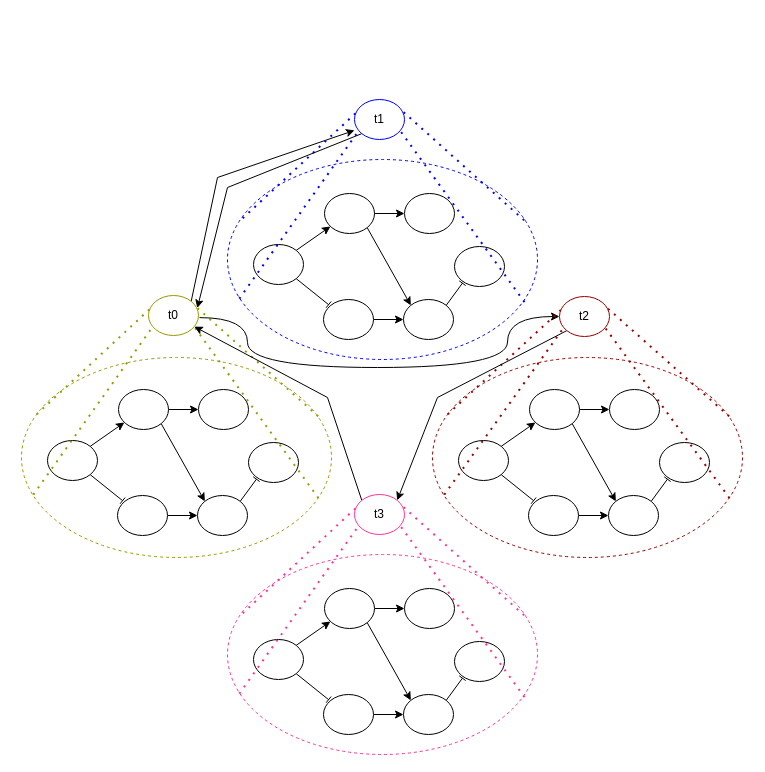
Before: docs/MAS1.drawio in josura/c2c-sepia, a draw.io diagram. Source tidied: cells renumbered, new cells numbered last; positions are measured from the earlier drawing's top-left corner, leaving out a move shared by most shapes. Both pictures are drawn from the tidied source at 100%, with x=0, y=0 at pixel (21, 99).
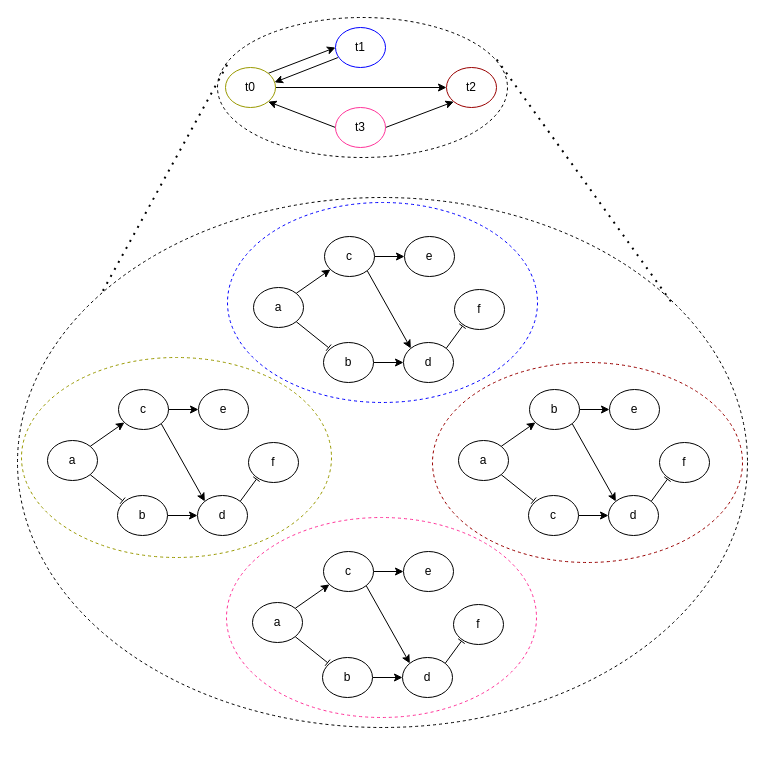
Above is the later version.

Unchanged cells that the change refers to:
```xml
<mxCell id="2" style="ellipse;whiteSpace=wrap;html=1;dashed=1;fillColor=none;strokeColor=#999900;" parent="1" vertex="1">
  <mxGeometry y="258" width="310" height="200" as="geometry" />
</mxCell>
```

Diff of the diagram source:
```diff
@@
+    <mxCell id="79" style="ellipse;whiteSpace=wrap;html=1;dashed=1;fillColor=none;strokeColor=#000000;" parent="1" vertex="1">
+      <mxGeometry x="-4" y="98" width="730" height="530" as="geometry" />
+    </mxCell>
@@
-    <mxCell id="5" style="ellipse;whiteSpace=wrap;html=1;" parent="1" vertex="1">
+    <mxCell id="5" value="a" style="ellipse;whiteSpace=wrap;html=1;" parent="1" vertex="1">
       <mxGeometry x="26" y="341" width="50" height="40" as="geometry" />
     </mxCell>
@@
-    <mxCell id="8" style="ellipse;whiteSpace=wrap;html=1;" parent="1" vertex="1">
+    <mxCell id="8" value="c" style="ellipse;whiteSpace=wrap;html=1;" parent="1" vertex="1">
       <mxGeometry x="97" y="290" width="50" height="40" as="geometry" />
     </mxCell>
@@
-    <mxCell id="10" style="ellipse;whiteSpace=wrap;html=1;" parent="1" vertex="1">
+    <mxCell id="10" value="b" style="ellipse;whiteSpace=wrap;html=1;" parent="1" vertex="1">
       <mxGeometry x="96" y="396" width="50" height="40" as="geometry" />
     </mxCell>
@@
-    <mxCell id="12" style="ellipse;whiteSpace=wrap;html=1;" parent="1" vertex="1">
+    <mxCell id="12" value="d" style="ellipse;whiteSpace=wrap;html=1;" parent="1" vertex="1">
       <mxGeometry x="176" y="396" width="50" height="40" as="geometry" />
     </mxCell>
-    <mxCell id="13" style="ellipse;whiteSpace=wrap;html=1;" parent="1" vertex="1">
+    <mxCell id="13" value="e" style="ellipse;whiteSpace=wrap;html=1;" parent="1" vertex="1">
       <mxGeometry x="177" y="290" width="50" height="40" as="geometry" />
     </mxCell>
-    <mxCell id="14" style="ellipse;whiteSpace=wrap;html=1;" parent="1" vertex="1">
+    <mxCell id="14" value="f" style="ellipse;whiteSpace=wrap;html=1;" parent="1" vertex="1">
       <mxGeometry x="227" y="343" width="50" height="40" as="geometry" />
     </mxCell>
-    <mxCell id="15" style="endArrow=none;dashed=1;html=1;dashPattern=1 3;strokeWidth=2;rounded=0;exitX=0.038;exitY=0.686;exitDx=0;exitDy=0;exitPerimeter=0;entryX=0.078;entryY=0.791;entryDx=0;entryDy=0;entryPerimeter=0;strokeColor=#999900;" parent="1" edge="1" source="2" target="20">
-      <mxGeometry relative="1" as="geometry" />
-    </mxCell>
-    <mxCell id="16" style="endArrow=none;dashed=1;html=1;dashPattern=1 3;strokeWidth=2;rounded=0;exitX=0.957;exitY=0.294;exitDx=0;exitDy=0;exitPerimeter=0;entryX=0.965;entryY=0.298;entryDx=0;entryDy=0;entryPerimeter=0;strokeColor=#999900;" parent="1" edge="1" source="2" target="20">
-      <mxGeometry relative="1" as="geometry" />
-    </mxCell>
-    <mxCell id="17" style="endArrow=none;dashed=1;html=1;dashPattern=1 3;strokeWidth=2;rounded=0;exitX=0.049;exitY=0.284;exitDx=0;exitDy=0;exitPerimeter=0;entryX=0.053;entryY=0.307;entryDx=0;entryDy=0;entryPerimeter=0;strokeColor=#999900;" parent="1" edge="1" source="2" target="20">
-      <mxGeometry relative="1" as="geometry" />
-    </mxCell>
-    <mxCell id="18" style="edgeStyle=none;rounded=0;jettySize=auto;html=1;exitX=1;exitY=0;exitDx=0;exitDy=0;entryX=0;entryY=0.771;entryDx=0;entryDy=0;entryPerimeter=0;" parent="1" edge="1" source="20" target="58">
-      <mxGeometry relative="1" as="geometry">
-        <Array as="points">
-          <mxPoint x="196" y="78" />
-        </Array>
-      </mxGeometry>
+    <mxCell id="18" style="edgeStyle=none;rounded=0;jettySize=auto;html=1;exitX=1;exitY=0;exitDx=0;exitDy=0;entryX=0;entryY=0.5;entryDx=0;entryDy=0;" parent="1" edge="1" source="20" target="58">
+      <mxGeometry relative="1" as="geometry" />
     </mxCell>
-    <mxCell id="19" style="edgeStyle=orthogonalEdgeStyle;rounded=0;jettySize=auto;html=1;exitX=1.021;exitY=0.553;exitDx=0;exitDy=0;curved=1;entryX=0;entryY=0.5;entryDx=0;entryDy=0;exitPerimeter=0;" parent="1" edge="1" source="20" target="39">
-      <mxGeometry relative="1" as="geometry">
-        <Array as="points">
-          <mxPoint x="226" y="218" />
-          <mxPoint x="226" y="268" />
-          <mxPoint x="486" y="268" />
-          <mxPoint x="486" y="217" />
-        </Array>
-      </mxGeometry>
+    <mxCell id="19" style="edgeStyle=none;rounded=0;jettySize=auto;html=1;exitX=1;exitY=0.5;exitDx=0;exitDy=0;entryX=0;entryY=0.5;entryDx=0;entryDy=0;" parent="1" edge="1" source="20" target="39">
+      <mxGeometry relative="1" as="geometry" />
     </mxCell>
     <mxCell id="20" value="t0" style="ellipse;whiteSpace=wrap;html=1;strokeColor=#999900;" parent="1" vertex="1">
-      <mxGeometry x="127" y="196" width="50" height="40" as="geometry" />
+      <mxGeometry x="204" y="-32" width="50" height="40" as="geometry" />
     </mxCell>
-    <mxCell id="21" style="endArrow=none;dashed=1;html=1;dashPattern=1 3;strokeWidth=2;rounded=0;exitX=0.958;exitY=0.703;exitDx=0;exitDy=0;exitPerimeter=0;entryX=0.916;entryY=0.786;entryDx=0;entryDy=0;entryPerimeter=0;strokeColor=#999900;" parent="1" edge="1" source="2" target="20">
-      <mxGeometry relative="1" as="geometry" />
-    </mxCell>
     <mxCell id="22" style="ellipse;whiteSpace=wrap;html=1;dashed=1;fillColor=none;strokeColor=#990000;" parent="1" vertex="1">
-      <mxGeometry x="411" y="258" width="310" height="200" as="geometry" />
+      <mxGeometry x="411" y="263" width="310" height="200" as="geometry" />
     </mxCell>
@@
-    <mxCell id="25" style="ellipse;whiteSpace=wrap;html=1;" parent="1" vertex="1">
+    <mxCell id="25" value="a" style="ellipse;whiteSpace=wrap;html=1;" parent="1" vertex="1">
       <mxGeometry x="437" y="341" width="50" height="40" as="geometry" />
     </mxCell>
@@
-    <mxCell id="28" style="ellipse;whiteSpace=wrap;html=1;" parent="1" vertex="1">
+    <mxCell id="28" value="b" style="ellipse;whiteSpace=wrap;html=1;" parent="1" vertex="1">
       <mxGeometry x="508" y="290" width="50" height="40" as="geometry" />
     </mxCell>
@@
-    <mxCell id="30" style="ellipse;whiteSpace=wrap;html=1;" parent="1" vertex="1">
+    <mxCell id="30" value="c" style="ellipse;whiteSpace=wrap;html=1;" parent="1" vertex="1">
       <mxGeometry x="507" y="396" width="50" height="40" as="geometry" />
     </mxCell>
@@
-    <mxCell id="32" style="ellipse;whiteSpace=wrap;html=1;" parent="1" vertex="1">
+    <mxCell id="32" value="d" style="ellipse;whiteSpace=wrap;html=1;" parent="1" vertex="1">
       <mxGeometry x="587" y="396" width="50" height="40" as="geometry" />
     </mxCell>
-    <mxCell id="33" style="ellipse;whiteSpace=wrap;html=1;" parent="1" vertex="1">
+    <mxCell id="33" value="e" style="ellipse;whiteSpace=wrap;html=1;" parent="1" vertex="1">
       <mxGeometry x="588" y="290" width="50" height="40" as="geometry" />
     </mxCell>
-    <mxCell id="34" style="ellipse;whiteSpace=wrap;html=1;" parent="1" vertex="1">
+    <mxCell id="34" value="f" style="ellipse;whiteSpace=wrap;html=1;" parent="1" vertex="1">
       <mxGeometry x="638" y="343" width="50" height="40" as="geometry" />
     </mxCell>
-    <mxCell id="35" style="endArrow=none;dashed=1;html=1;dashPattern=1 3;strokeWidth=2;rounded=0;exitX=0.038;exitY=0.686;exitDx=0;exitDy=0;exitPerimeter=0;entryX=0.078;entryY=0.791;entryDx=0;entryDy=0;entryPerimeter=0;strokeColor=#990000;" parent="1" edge="1" source="22" target="39">
-      <mxGeometry relative="1" as="geometry" />
-    </mxCell>
-    <mxCell id="36" style="endArrow=none;dashed=1;html=1;dashPattern=1 3;strokeWidth=2;rounded=0;exitX=0.957;exitY=0.294;exitDx=0;exitDy=0;exitPerimeter=0;entryX=0.965;entryY=0.298;entryDx=0;entryDy=0;entryPerimeter=0;strokeColor=#990000;" parent="1" edge="1" source="22" target="39">
-      <mxGeometry relative="1" as="geometry" />
-    </mxCell>
-    <mxCell id="37" style="endArrow=none;dashed=1;html=1;dashPattern=1 3;strokeWidth=2;rounded=0;exitX=0.049;exitY=0.284;exitDx=0;exitDy=0;exitPerimeter=0;entryX=0.053;entryY=0.307;entryDx=0;entryDy=0;entryPerimeter=0;strokeColor=#990000;" parent="1" edge="1" source="22" target="39">
-      <mxGeometry relative="1" as="geometry" />
-    </mxCell>
-    <mxCell id="38" style="edgeStyle=none;rounded=0;jettySize=auto;html=1;exitX=0;exitY=1;exitDx=0;exitDy=0;entryX=1;entryY=0;entryDx=0;entryDy=0;" parent="1" edge="1" source="39" target="77">
-      <mxGeometry relative="1" as="geometry">
-        <Array as="points">
-          <mxPoint x="416" y="298" />
-        </Array>
-      </mxGeometry>
-    </mxCell>
     <mxCell id="39" value="t2" style="ellipse;whiteSpace=wrap;html=1;strokeColor=#990000;" parent="1" vertex="1">
-      <mxGeometry x="538" y="197" width="50" height="40" as="geometry" />
+      <mxGeometry x="425" y="-32" width="50" height="40" as="geometry" />
     </mxCell>
-    <mxCell id="40" style="endArrow=none;dashed=1;html=1;dashPattern=1 3;strokeWidth=2;rounded=0;exitX=0.958;exitY=0.703;exitDx=0;exitDy=0;exitPerimeter=0;entryX=0.916;entryY=0.786;entryDx=0;entryDy=0;entryPerimeter=0;strokeColor=#990000;" parent="1" edge="1" source="22" target="39">
-      <mxGeometry relative="1" as="geometry" />
-    </mxCell>
     <mxCell id="41" style="ellipse;whiteSpace=wrap;html=1;dashed=1;fillColor=none;strokeColor=#0000FF;" parent="1" vertex="1">
-      <mxGeometry x="206" y="60" width="310" height="200" as="geometry" />
+      <mxGeometry x="206" y="103" width="310" height="200" as="geometry" />
     </mxCell>
@@
-    <mxCell id="44" style="ellipse;whiteSpace=wrap;html=1;" parent="1" vertex="1">
-      <mxGeometry x="232" y="145" width="50" height="40" as="geometry" />
+    <mxCell id="44" value="a" style="ellipse;whiteSpace=wrap;html=1;" parent="1" vertex="1">
+      <mxGeometry x="232" y="188" width="50" height="40" as="geometry" />
     </mxCell>
@@
-    <mxCell id="47" style="ellipse;whiteSpace=wrap;html=1;" parent="1" vertex="1">
-      <mxGeometry x="303" y="94" width="50" height="40" as="geometry" />
+    <mxCell id="47" value="c" style="ellipse;whiteSpace=wrap;html=1;" parent="1" vertex="1">
+      <mxGeometry x="303" y="137" width="50" height="40" as="geometry" />
     </mxCell>
@@
-    <mxCell id="49" style="ellipse;whiteSpace=wrap;html=1;" parent="1" vertex="1">
-      <mxGeometry x="302" y="200" width="50" height="40" as="geometry" />
+    <mxCell id="49" value="b" style="ellipse;whiteSpace=wrap;html=1;" parent="1" vertex="1">
+      <mxGeometry x="302" y="243" width="50" height="40" as="geometry" />
     </mxCell>
@@
-    <mxCell id="51" style="ellipse;whiteSpace=wrap;html=1;" parent="1" vertex="1">
-      <mxGeometry x="382" y="200" width="50" height="40" as="geometry" />
+    <mxCell id="51" value="d" style="ellipse;whiteSpace=wrap;html=1;" parent="1" vertex="1">
+      <mxGeometry x="382" y="243" width="50" height="40" as="geometry" />
     </mxCell>
-    <mxCell id="52" style="ellipse;whiteSpace=wrap;html=1;" parent="1" vertex="1">
-      <mxGeometry x="383" y="94" width="50" height="40" as="geometry" />
+    <mxCell id="52" value="e" style="ellipse;whiteSpace=wrap;html=1;" parent="1" vertex="1">
+      <mxGeometry x="383" y="137" width="50" height="40" as="geometry" />
     </mxCell>
-    <mxCell id="53" style="ellipse;whiteSpace=wrap;html=1;" parent="1" vertex="1">
-      <mxGeometry x="433" y="147" width="50" height="40" as="geometry" />
+    <mxCell id="53" value="f" style="ellipse;whiteSpace=wrap;html=1;" parent="1" vertex="1">
+      <mxGeometry x="433" y="190" width="50" height="40" as="geometry" />
     </mxCell>
-    <mxCell id="54" style="endArrow=none;dashed=1;html=1;dashPattern=1 3;strokeWidth=2;rounded=0;exitX=0.038;exitY=0.686;exitDx=0;exitDy=0;exitPerimeter=0;entryX=0.078;entryY=0.791;entryDx=0;entryDy=0;entryPerimeter=0;strokeColor=#0000FF;" parent="1" edge="1" target="58">
-      <mxGeometry relative="1" as="geometry">
-        <mxPoint x="217.8" y="199.2" as="sourcePoint" />
-      </mxGeometry>
-    </mxCell>
-    <mxCell id="55" style="endArrow=none;dashed=1;html=1;dashPattern=1 3;strokeWidth=2;rounded=0;exitX=0.957;exitY=0.294;exitDx=0;exitDy=0;exitPerimeter=0;entryX=0.965;entryY=0.298;entryDx=0;entryDy=0;entryPerimeter=0;strokeColor=#0000FF;" parent="1" edge="1" target="58">
-      <mxGeometry relative="1" as="geometry">
-        <mxPoint x="502.7" y="120.8" as="sourcePoint" />
-      </mxGeometry>
-    </mxCell>
-    <mxCell id="56" style="endArrow=none;dashed=1;html=1;dashPattern=1 3;strokeWidth=2;rounded=0;exitX=0.049;exitY=0.284;exitDx=0;exitDy=0;exitPerimeter=0;entryX=0.053;entryY=0.307;entryDx=0;entryDy=0;entryPerimeter=0;strokeColor=#0000FF;" parent="1" edge="1" target="58">
-      <mxGeometry relative="1" as="geometry">
-        <mxPoint x="221.2" y="118.8" as="sourcePoint" />
-      </mxGeometry>
-    </mxCell>
-    <mxCell id="57" style="edgeStyle=none;rounded=0;jettySize=auto;html=1;exitX=0;exitY=1;exitDx=0;exitDy=0;entryX=0.976;entryY=0.315;entryDx=0;entryDy=0;entryPerimeter=0;" parent="1" edge="1" source="58" target="20">
-      <mxGeometry relative="1" as="geometry">
-        <Array as="points">
-          <mxPoint x="206" y="88" />
-        </Array>
-      </mxGeometry>
+    <mxCell id="57" style="edgeStyle=none;rounded=0;jettySize=auto;html=1;exitX=0.048;exitY=0.752;exitDx=0;exitDy=0;entryX=0.981;entryY=0.371;entryDx=0;entryDy=0;entryPerimeter=0;exitPerimeter=0;" parent="1" edge="1" source="58" target="20">
+      <mxGeometry relative="1" as="geometry" />
     </mxCell>
     <mxCell id="58" value="t1" style="ellipse;whiteSpace=wrap;html=1;strokeColor=#0000FF;" parent="1" vertex="1">
-      <mxGeometry x="333" width="50" height="40" as="geometry" />
+      <mxGeometry x="314" y="-72" width="50" height="40" as="geometry" />
     </mxCell>
-    <mxCell id="59" style="endArrow=none;dashed=1;html=1;dashPattern=1 3;strokeWidth=2;rounded=0;exitX=0.958;exitY=0.703;exitDx=0;exitDy=0;exitPerimeter=0;entryX=0.916;entryY=0.786;entryDx=0;entryDy=0;entryPerimeter=0;strokeColor=#0000FF;" parent="1" edge="1" target="58">
-      <mxGeometry relative="1" as="geometry">
-        <mxPoint x="503" y="202.6" as="sourcePoint" />
-      </mxGeometry>
-    </mxCell>
     <mxCell id="60" style="ellipse;whiteSpace=wrap;html=1;dashed=1;fillColor=none;strokeColor=#FF3399;" parent="1" vertex="1">
-      <mxGeometry x="206" y="455" width="310" height="200" as="geometry" />
+      <mxGeometry x="205" y="418" width="310" height="200" as="geometry" />
     </mxCell>
@@
-    <mxCell id="63" style="ellipse;whiteSpace=wrap;html=1;" parent="1" vertex="1">
-      <mxGeometry x="232" y="540" width="50" height="40" as="geometry" />
+    <mxCell id="63" value="a" style="ellipse;whiteSpace=wrap;html=1;" parent="1" vertex="1">
+      <mxGeometry x="231" y="503" width="50" height="40" as="geometry" />
     </mxCell>
@@
-    <mxCell id="66" style="ellipse;whiteSpace=wrap;html=1;" parent="1" vertex="1">
-      <mxGeometry x="303" y="489" width="50" height="40" as="geometry" />
+    <mxCell id="66" value="c" style="ellipse;whiteSpace=wrap;html=1;" parent="1" vertex="1">
+      <mxGeometry x="302" y="452" width="50" height="40" as="geometry" />
     </mxCell>
@@
-    <mxCell id="68" style="ellipse;whiteSpace=wrap;html=1;" parent="1" vertex="1">
-      <mxGeometry x="302" y="595" width="50" height="40" as="geometry" />
+    <mxCell id="68" value="b" style="ellipse;whiteSpace=wrap;html=1;" parent="1" vertex="1">
+      <mxGeometry x="301" y="558" width="50" height="40" as="geometry" />
     </mxCell>
@@
-    <mxCell id="70" style="ellipse;whiteSpace=wrap;html=1;" parent="1" vertex="1">
-      <mxGeometry x="382" y="595" width="50" height="40" as="geometry" />
+    <mxCell id="70" value="d" style="ellipse;whiteSpace=wrap;html=1;" parent="1" vertex="1">
+      <mxGeometry x="381" y="558" width="50" height="40" as="geometry" />
     </mxCell>
-    <mxCell id="71" style="ellipse;whiteSpace=wrap;html=1;" parent="1" vertex="1">
-      <mxGeometry x="383" y="489" width="50" height="40" as="geometry" />
+    <mxCell id="71" value="e" style="ellipse;whiteSpace=wrap;html=1;" parent="1" vertex="1">
+      <mxGeometry x="382" y="452" width="50" height="40" as="geometry" />
     </mxCell>
-    <mxCell id="72" style="ellipse;whiteSpace=wrap;html=1;" parent="1" vertex="1">
-      <mxGeometry x="433" y="542" width="50" height="40" as="geometry" />
+    <mxCell id="72" value="f" style="ellipse;whiteSpace=wrap;html=1;" parent="1" vertex="1">
+      <mxGeometry x="432" y="505" width="50" height="40" as="geometry" />
     </mxCell>
-    <mxCell id="73" style="endArrow=none;dashed=1;html=1;dashPattern=1 3;strokeWidth=2;rounded=0;exitX=0.038;exitY=0.686;exitDx=0;exitDy=0;exitPerimeter=0;entryX=0.078;entryY=0.791;entryDx=0;entryDy=0;entryPerimeter=0;strokeColor=#FF3399;" parent="1" edge="1" target="77">
-      <mxGeometry relative="1" as="geometry">
-        <mxPoint x="217.8" y="594.2" as="sourcePoint" />
-      </mxGeometry>
-    </mxCell>
-    <mxCell id="74" style="endArrow=none;dashed=1;html=1;dashPattern=1 3;strokeWidth=2;rounded=0;exitX=0.957;exitY=0.294;exitDx=0;exitDy=0;exitPerimeter=0;entryX=0.965;entryY=0.298;entryDx=0;entryDy=0;entryPerimeter=0;strokeColor=#FF3399;" parent="1" edge="1" target="77">
-      <mxGeometry relative="1" as="geometry">
-        <mxPoint x="502.7" y="515.8" as="sourcePoint" />
-      </mxGeometry>
-    </mxCell>
-    <mxCell id="75" style="endArrow=none;dashed=1;html=1;dashPattern=1 3;strokeWidth=2;rounded=0;exitX=0.049;exitY=0.284;exitDx=0;exitDy=0;exitPerimeter=0;entryX=0.053;entryY=0.307;entryDx=0;entryDy=0;entryPerimeter=0;strokeColor=#FF3399;" parent="1" edge="1" target="77">
-      <mxGeometry relative="1" as="geometry">
-        <mxPoint x="221.2" y="513.8" as="sourcePoint" />
-      </mxGeometry>
-    </mxCell>
-    <mxCell id="76" style="edgeStyle=none;rounded=0;jettySize=auto;html=1;exitX=0;exitY=0;exitDx=0;exitDy=0;" parent="1" edge="1" source="77" target="20">
-      <mxGeometry relative="1" as="geometry">
-        <Array as="points">
-          <mxPoint x="306" y="298" />
-        </Array>
-      </mxGeometry>
+    <mxCell id="76" style="edgeStyle=none;rounded=0;jettySize=auto;html=1;exitX=0;exitY=0.5;exitDx=0;exitDy=0;entryX=1;entryY=1;entryDx=0;entryDy=0;" parent="1" edge="1" source="77" target="20">
+      <mxGeometry relative="1" as="geometry" />
     </mxCell>
+    <mxCell id="80" style="edgeStyle=none;rounded=0;jettySize=auto;html=1;exitX=1;exitY=0.5;exitDx=0;exitDy=0;entryX=0;entryY=1;entryDx=0;entryDy=0;" parent="1" edge="1" source="77" target="39">
+      <mxGeometry relative="1" as="geometry" />
+    </mxCell>
     <mxCell id="77" value="t3" style="ellipse;whiteSpace=wrap;html=1;strokeColor=#FF3399;" parent="1" vertex="1">
-      <mxGeometry x="333" y="395" width="50" height="40" as="geometry" />
+      <mxGeometry x="314" y="8" width="50" height="40" as="geometry" />
     </mxCell>
-    <mxCell id="78" style="endArrow=none;dashed=1;html=1;dashPattern=1 3;strokeWidth=2;rounded=0;exitX=0.958;exitY=0.703;exitDx=0;exitDy=0;exitPerimeter=0;entryX=0.916;entryY=0.786;entryDx=0;entryDy=0;entryPerimeter=0;strokeColor=#FF3399;" parent="1" edge="1" target="77">
-      <mxGeometry relative="1" as="geometry">
-        <mxPoint x="503" y="597.6" as="sourcePoint" />
-      </mxGeometry>
-    </mxCell>
+    <mxCell id="81" style="endArrow=none;dashed=1;html=1;dashPattern=1 3;strokeWidth=2;rounded=0;entryX=0.036;entryY=0.326;entryDx=0;entryDy=0;exitX=0.117;exitY=0.176;exitDx=0;exitDy=0;exitPerimeter=0;entryPerimeter=0;" parent="1" edge="1" source="79" target="83">
+      <mxGeometry relative="1" as="geometry" />
+    </mxCell>
+    <mxCell id="82" style="endArrow=none;dashed=1;html=1;dashPattern=1 3;strokeWidth=2;rounded=0;entryX=0.951;entryY=0.266;entryDx=0;entryDy=0;exitX=0.895;exitY=0.196;exitDx=0;exitDy=0;exitPerimeter=0;entryPerimeter=0;" parent="1" edge="1" source="79" target="83">
+      <mxGeometry relative="1" as="geometry" />
+    </mxCell>
+    <mxCell id="83" style="ellipse;whiteSpace=wrap;html=1;dashed=1;fillColor=none;strokeColor=#000000;" parent="1" vertex="1">
+      <mxGeometry x="196" y="-82" width="290" height="140" as="geometry" />
+    </mxCell>
```
